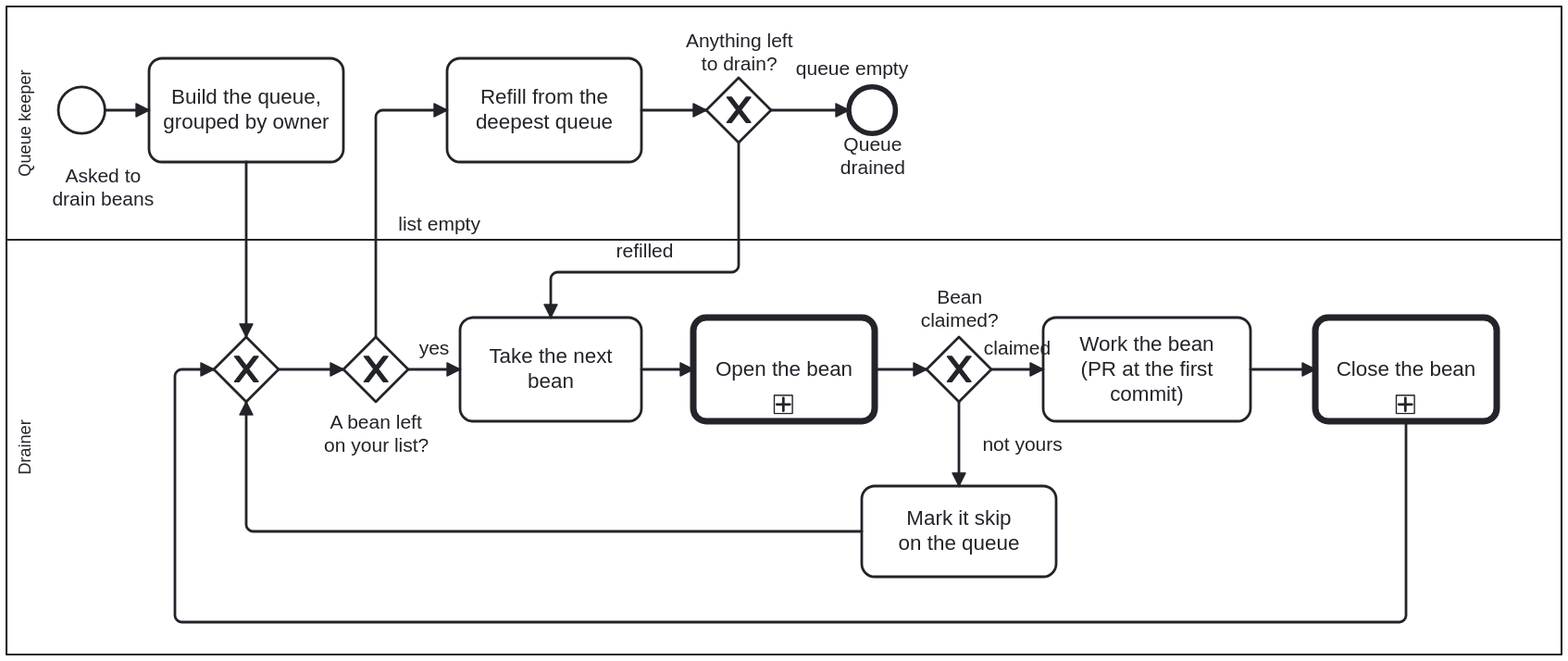
litlfred/cat-harness keeps this BPMN diagram as docs/assets/img/workflows/bean-drain.svg. Above is the earlier version. Its source is kept beside it as processes/sdlc/bean-drain.bpmn. Ids are renumbered.
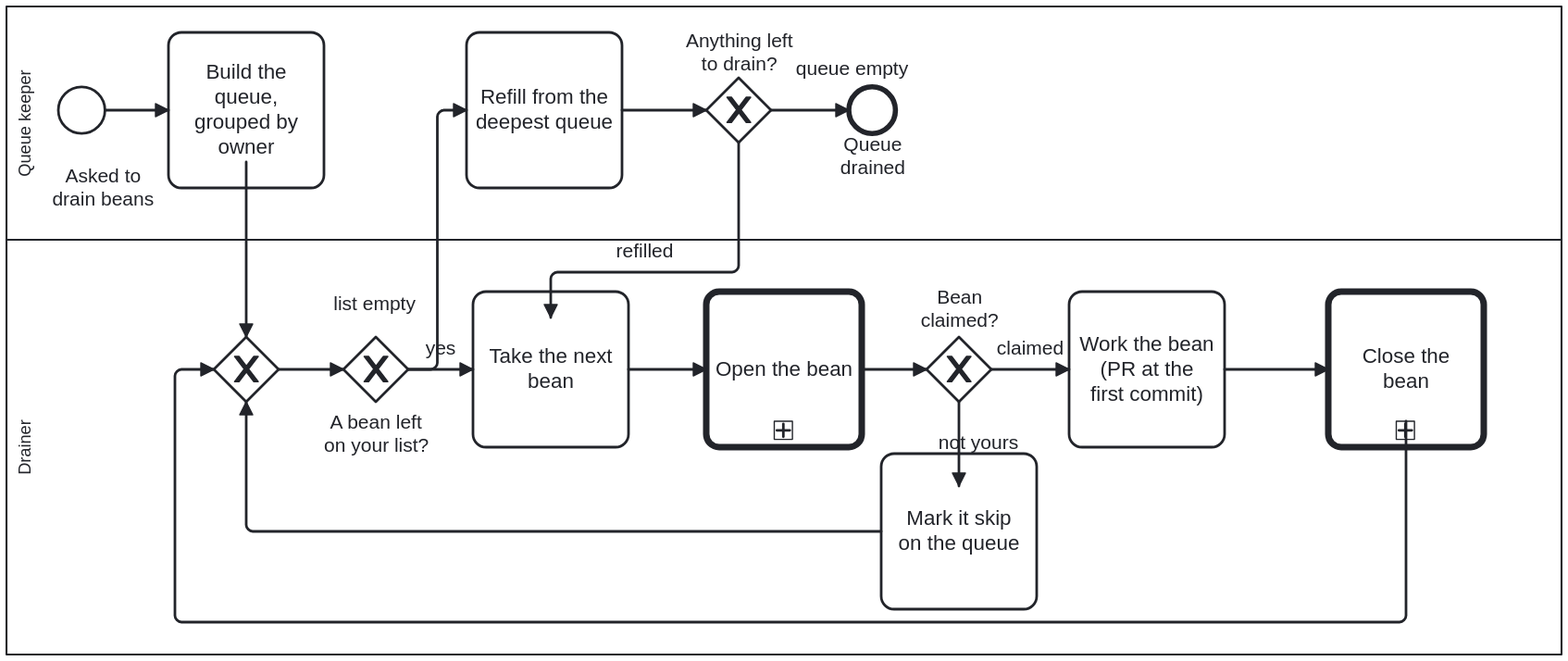
After the commit.

The edit, as a diff of the source:
```diff
@@ -148,44 +148,88 @@
 
   <bpmndi:BPMNDiagram id="BPMNDiagram_BeanDrain">
     <bpmndi:BPMNPlane id="BPMNPlane_BeanDrain" bpmnElement="Process_BeanDrain">
-      <bpmndi:BPMNShape id="Lane_QueueKeeper_di" bpmnElement="Lane_QueueKeeper" isHorizontal="true"><dc:Bounds x="160" y="80" width="1200" height="180"/></bpmndi:BPMNShape>
-      <bpmndi:BPMNShape id="Lane_Drainer_di" bpmnElement="Lane_Drainer" isHorizontal="true"><dc:Bounds x="160" y="260" width="1200" height="320"/></bpmndi:BPMNShape>
+      <bpmndi:BPMNShape id="Lane_QueueKeeper_di" bpmnElement="Lane_QueueKeeper" isHorizontal="true"><dc:Bounds x="160" y="80" width="1200" height="180" /></bpmndi:BPMNShape>
+      <bpmndi:BPMNShape id="Lane_Drainer_di" bpmnElement="Lane_Drainer" isHorizontal="true"><dc:Bounds x="160" y="260" width="1200" height="320" /></bpmndi:BPMNShape>
 
-      <bpmndi:BPMNShape id="Drain_Start_di" bpmnElement="Drain_Start"><dc:Bounds x="200" y="142" width="36" height="36"/>
-        <bpmndi:BPMNLabel><dc:Bounds x="189.51" y="201.5" width="90" height="35" /></bpmndi:BPMNLabel>
-      </bpmndi:BPMNShape>
-      <bpmndi:BPMNShape id="Drain_BuildQueue_di" bpmnElement="Drain_BuildQueue"><dc:Bounds x="270" y="120" width="150" height="80"/></bpmndi:BPMNShape>
-      <bpmndi:BPMNShape id="Drain_Refill_di" bpmnElement="Drain_Refill"><dc:Bounds x="500" y="120" width="150" height="80"/></bpmndi:BPMNShape>
-      <bpmndi:BPMNShape id="Drain_Refilled_di" bpmnElement="Drain_Refilled" isMarkerVisible="true"><dc:Bounds x="700" y="135" width="50" height="50"/><bpmndi:BPMNLabel><dc:Bounds x="690" y="98" width="70" height="27"/></bpmndi:BPMNLabel></bpmndi:BPMNShape>
-      <bpmndi:BPMNShape id="Drain_Drained_di" bpmnElement="Drain_Drained"><dc:Bounds x="810" y="142" width="36" height="36"/></bpmndi:BPMNShape>
+      <bpmndi:BPMNShape id="Drain_Start_di" bpmnElement="Drain_Start"><dc:Bounds x="200" y="142" width="36" height="36" />
 
-      <bpmndi:BPMNShape id="Drain_Next_di" bpmnElement="Drain_Next" isMarkerVisible="true"><dc:Bounds x="320" y="335" width="50" height="50"/></bpmndi:BPMNShape>
-      <bpmndi:BPMNShape id="Drain_More_di" bpmnElement="Drain_More" isMarkerVisible="true"><dc:Bounds x="420" y="335" width="50" height="50"/><bpmndi:BPMNLabel><dc:Bounds x="405" y="392" width="80" height="27"/></bpmndi:BPMNLabel></bpmndi:BPMNShape>
-      <bpmndi:BPMNShape id="Drain_TakeNext_di" bpmnElement="Drain_TakeNext"><dc:Bounds x="510" y="320" width="140" height="80"/></bpmndi:BPMNShape>
-      <bpmndi:BPMNShape id="Drain_Open_di" bpmnElement="Drain_Open"><dc:Bounds x="690" y="320" width="140" height="80"/></bpmndi:BPMNShape>
-      <bpmndi:BPMNShape id="Drain_Claimed_di" bpmnElement="Drain_Claimed" isMarkerVisible="true"><dc:Bounds x="870" y="335" width="50" height="50"/><bpmndi:BPMNLabel><dc:Bounds x="855" y="296" width="80" height="35" /></bpmndi:BPMNLabel></bpmndi:BPMNShape>
-      <bpmndi:BPMNShape id="Drain_Work_di" bpmnElement="Drain_Work"><dc:Bounds x="960" y="320" width="160" height="80"/></bpmndi:BPMNShape>
-      <bpmndi:BPMNShape id="Drain_Close_di" bpmnElement="Drain_Close"><dc:Bounds x="1170" y="320" width="140" height="80"/></bpmndi:BPMNShape>
-      <bpmndi:BPMNShape id="Drain_Skip_di" bpmnElement="Drain_Skip"><dc:Bounds x="820" y="450" width="150" height="70"/></bpmndi:BPMNShape>
+      <bpmndi:BPMNLabel><dc:Bounds x="189.51" y="201.5" width="90" height="35" /></bpmndi:BPMNLabel></bpmndi:BPMNShape>
+      <bpmndi:BPMNShape id="Drain_BuildQueue_di" bpmnElement="Drain_BuildQueue"><dc:Bounds x="285" y="100" width="120" height="120" /></bpmndi:BPMNShape>
+      <bpmndi:BPMNShape id="Drain_Refill_di" bpmnElement="Drain_Refill"><dc:Bounds x="515" y="100" width="120" height="120" /></bpmndi:BPMNShape>
+      <bpmndi:BPMNShape id="Drain_Refilled_di" bpmnElement="Drain_Refilled" isMarkerVisible="true"><dc:Bounds x="700" y="135" width="50" height="50" /><bpmndi:BPMNLabel><dc:Bounds x="690" y="98" width="70" height="27"/></bpmndi:BPMNLabel></bpmndi:BPMNShape>
+      <bpmndi:BPMNShape id="Drain_Drained_di" bpmnElement="Drain_Drained"><dc:Bounds x="810" y="142" width="36" height="36" /></bpmndi:BPMNShape>
 
-      <bpmndi:BPMNEdge id="BD_1_di" bpmnElement="BD_1"><di:waypoint x="236" y="160"/><di:waypoint x="270" y="160"/></bpmndi:BPMNEdge>
-      <bpmndi:BPMNEdge id="BD_2_di" bpmnElement="BD_2"><di:waypoint x="345" y="200"/><di:waypoint x="345" y="335"/></bpmndi:BPMNEdge>
+      <bpmndi:BPMNShape id="Drain_Next_di" bpmnElement="Drain_Next" isMarkerVisible="true"><dc:Bounds x="320" y="335" width="50" height="50" /></bpmndi:BPMNShape>
+      <bpmndi:BPMNShape id="Drain_More_di" bpmnElement="Drain_More" isMarkerVisible="true"><dc:Bounds x="420" y="335" width="50" height="50" /><bpmndi:BPMNLabel><dc:Bounds x="405" y="392" width="80" height="27"/></bpmndi:BPMNLabel></bpmndi:BPMNShape>
+      <bpmndi:BPMNShape id="Drain_TakeNext_di" bpmnElement="Drain_TakeNext"><dc:Bounds x="520" y="300" width="120" height="120" /></bpmndi:BPMNShape>
+      <bpmndi:BPMNShape id="Drain_Open_di" bpmnElement="Drain_Open"><dc:Bounds x="700" y="300" width="120" height="120" /></bpmndi:BPMNShape>
+      <bpmndi:BPMNShape id="Drain_Claimed_di" bpmnElement="Drain_Claimed" isMarkerVisible="true"><dc:Bounds x="870" y="335" width="50" height="50" /><bpmndi:BPMNLabel><dc:Bounds x="855" y="296" width="80" height="35" /></bpmndi:BPMNLabel></bpmndi:BPMNShape>
+      <bpmndi:BPMNShape id="Drain_Work_di" bpmnElement="Drain_Work"><dc:Bounds x="980" y="300" width="120" height="120" /></bpmndi:BPMNShape>
+      <bpmndi:BPMNShape id="Drain_Close_di" bpmnElement="Drain_Close"><dc:Bounds x="1180" y="300" width="120" height="120" /></bpmndi:BPMNShape>
+      <bpmndi:BPMNShape id="Drain_Skip_di" bpmnElement="Drain_Skip"><dc:Bounds x="835" y="425" width="120" height="120" /></bpmndi:BPMNShape>
+
+      <bpmndi:BPMNEdge id="BD_1_di" bpmnElement="BD_1">
+        <di:waypoint x="236" y="160" />
+        <di:waypoint x="285" y="160" />
+      </bpmndi:BPMNEdge>
+      <bpmndi:BPMNEdge id="BD_2_di" bpmnElement="BD_2">
+        <di:waypoint x="345" y="200" />
+        <di:waypoint x="345" y="335" />
+      </bpmndi:BPMNEdge>
       <bpmndi:BPMNEdge id="BD_15_di" bpmnElement="BD_15"><di:waypoint x="370" y="360"/><di:waypoint x="420" y="360"/></bpmndi:BPMNEdge>
-      <bpmndi:BPMNEdge id="BD_3_di" bpmnElement="BD_3"><di:waypoint x="470" y="360"/><di:waypoint x="510" y="360"/></bpmndi:BPMNEdge>
-      <bpmndi:BPMNEdge id="BD_4_di" bpmnElement="BD_4"><di:waypoint x="650" y="360"/><di:waypoint x="690" y="360"/></bpmndi:BPMNEdge>
-      <bpmndi:BPMNEdge id="BD_5_di" bpmnElement="BD_5"><di:waypoint x="830" y="360"/><di:waypoint x="870" y="360"/></bpmndi:BPMNEdge>
-      <bpmndi:BPMNEdge id="BD_6_di" bpmnElement="BD_6"><di:waypoint x="920" y="360"/><di:waypoint x="960" y="360"/></bpmndi:BPMNEdge>
-      <bpmndi:BPMNEdge id="BD_7_di" bpmnElement="BD_7"><di:waypoint x="1120" y="360"/><di:waypoint x="1170" y="360"/></bpmndi:BPMNEdge>
-      <bpmndi:BPMNEdge id="BD_8_di" bpmnElement="BD_8"><di:waypoint x="1240" y="400"/><di:waypoint x="1240" y="555"/><di:waypoint x="290" y="555"/><di:waypoint x="290" y="360"/><di:waypoint x="320" y="360"/></bpmndi:BPMNEdge>
-      <bpmndi:BPMNEdge id="BD_9_di" bpmnElement="BD_9"><di:waypoint x="895" y="385"/><di:waypoint x="895" y="450"/>
-        <bpmndi:BPMNLabel><dc:Bounds x="899" y="408.5" width="90" height="18" /></bpmndi:BPMNLabel>
+      <bpmndi:BPMNEdge id="BD_3_di" bpmnElement="BD_3">
+        <di:waypoint x="470" y="360" />
+        <di:waypoint x="520" y="360" />
       </bpmndi:BPMNEdge>
-      <bpmndi:BPMNEdge id="BD_10_di" bpmnElement="BD_10"><di:waypoint x="820" y="485"/><di:waypoint x="345" y="485"/><di:waypoint x="345" y="385"/></bpmndi:BPMNEdge>
-      <bpmndi:BPMNEdge id="BD_11_di" bpmnElement="BD_11"><di:waypoint x="445" y="335"/><di:waypoint x="445" y="160"/><di:waypoint x="500" y="160"/>
-        <bpmndi:BPMNLabel><dc:Bounds x="449" y="238.5" width="90" height="18" /></bpmndi:BPMNLabel>
+      <bpmndi:BPMNEdge id="BD_4_di" bpmnElement="BD_4">
+        <di:waypoint x="640" y="360" />
+        <di:waypoint x="700" y="360" />
       </bpmndi:BPMNEdge>
-      <bpmndi:BPMNEdge id="BD_12_di" bpmnElement="BD_12"><di:waypoint x="650" y="160"/><di:waypoint x="700" y="160"/></bpmndi:BPMNEdge>
-      <bpmndi:BPMNEdge id="BD_13_di" bpmnElement="BD_13"><di:waypoint x="725" y="185"/><di:waypoint x="725" y="285"/><di:waypoint x="580" y="285"/><di:waypoint x="580" y="320"/></bpmndi:BPMNEdge>
+      <bpmndi:BPMNEdge id="BD_5_di" bpmnElement="BD_5">
+        <di:waypoint x="820" y="360" />
+        <di:waypoint x="870" y="360" />
+      </bpmndi:BPMNEdge>
+      <bpmndi:BPMNEdge id="BD_6_di" bpmnElement="BD_6">
+        <di:waypoint x="920" y="360" />
+        <di:waypoint x="980" y="360" />
+      </bpmndi:BPMNEdge>
+      <bpmndi:BPMNEdge id="BD_7_di" bpmnElement="BD_7">
+        <di:waypoint x="1100" y="360" />
+        <di:waypoint x="1180" y="360" />
+      </bpmndi:BPMNEdge>
+      <bpmndi:BPMNEdge id="BD_8_di" bpmnElement="BD_8">
+        <di:waypoint x="1240" y="400" />
+        <di:waypoint x="1240" y="555" />
+        <di:waypoint x="290" y="555" />
+        <di:waypoint x="290" y="360" />
+        <di:waypoint x="320" y="360" />
+      </bpmndi:BPMNEdge>
+      <bpmndi:BPMNEdge id="BD_9_di" bpmnElement="BD_9">
+        <di:waypoint x="895" y="385" />
+        <di:waypoint x="895" y="450" />
+      </bpmndi:BPMNEdge>
+      <bpmndi:BPMNEdge id="BD_10_di" bpmnElement="BD_10">
+        <di:waypoint x="835" y="485" />
+        <di:waypoint x="345" y="485" />
+        <di:waypoint x="345" y="385" />
+      </bpmndi:BPMNEdge>
+      <bpmndi:BPMNEdge id="BD_11_di" bpmnElement="BD_11">
+        <di:waypoint x="470" y="360" />
+        <di:waypoint x="492.5" y="360" />
+        <di:waypoint x="492.5" y="160" />
+        <di:waypoint x="515" y="160" />
+        <bpmndi:BPMNLabel><dc:Bounds x="398.5" y="301" width="90" height="18" /></bpmndi:BPMNLabel>
+      </bpmndi:BPMNEdge>
+      <bpmndi:BPMNEdge id="BD_12_di" bpmnElement="BD_12">
+        <di:waypoint x="635" y="160" />
+        <di:waypoint x="700" y="160" />
+      </bpmndi:BPMNEdge>
+      <bpmndi:BPMNEdge id="BD_13_di" bpmnElement="BD_13">
+        <di:waypoint x="725" y="185" />
+        <di:waypoint x="725" y="285" />
+        <di:waypoint x="580" y="285" />
+        <di:waypoint x="580" y="320" />
+      </bpmndi:BPMNEdge>
       <bpmndi:BPMNEdge id="BD_14_di" bpmnElement="BD_14"><di:waypoint x="750" y="160"/><di:waypoint x="810" y="160"/>
         <bpmndi:BPMNLabel><dc:Bounds x="767.75" y="118.5" width="90" height="18" /></bpmndi:BPMNLabel>
       </bpmndi:BPMNEdge>
```
